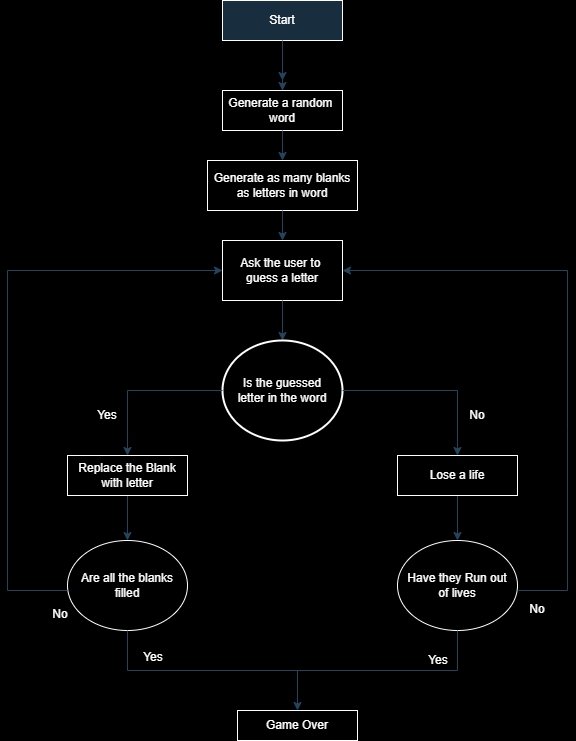
Earlier version of the draw.io export Project 7_Hangman.drawio.png (Leviblackark/Python-Projects). Source tidied: cells renumbered, new cells last; positions are measured from the earlier drawing's top-left corner, leaving out a move shared by most shapes.
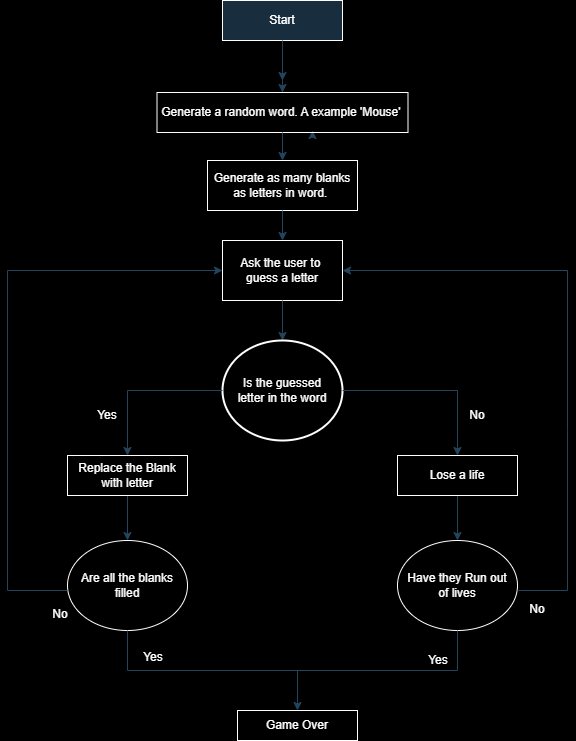
After the change.

The edit, as a diff of the source:
```diff
@@ -15,10 +15,10 @@
         <mxPoint x="275" y="80" as="targetPoint" />
       </mxGeometry>
     </mxCell>
-    <mxCell id="5" value="Generate a random&amp;nbsp;&lt;div&gt;word&lt;/div&gt;" style="rounded=0;whiteSpace=wrap;html=1;labelBackgroundColor=none;fillColor=none;strokeColor=#FFFFFF;fontColor=#FFFFFF;" parent="1" vertex="1">
-      <mxGeometry x="215" y="90" width="120" height="40" as="geometry" />
+    <mxCell id="5" value="Generate a random&amp;nbsp;&lt;span style=&quot;background-color: initial;&quot;&gt;word. A example 'Mouse'&amp;nbsp;&lt;/span&gt;" style="rounded=0;whiteSpace=wrap;html=1;labelBackgroundColor=none;fillColor=none;strokeColor=#FFFFFF;fontColor=#FFFFFF;" parent="1" vertex="1">
+      <mxGeometry x="149.5" y="92" width="251" height="40" as="geometry" />
     </mxCell>
-    <mxCell id="6" value="Generate as many blanks as letters in word" style="rounded=0;whiteSpace=wrap;html=1;labelBackgroundColor=none;fillColor=none;strokeColor=#FFFFFF;fontColor=#FFFFFF;" parent="1" vertex="1">
+    <mxCell id="6" value="Generate as many blanks as letters in word.&amp;nbsp;" style="rounded=0;whiteSpace=wrap;html=1;labelBackgroundColor=none;fillColor=none;strokeColor=#FFFFFF;fontColor=#FFFFFF;" parent="1" vertex="1">
       <mxGeometry x="200" y="160" width="150" height="50" as="geometry" />
     </mxCell>
     <mxCell id="7" style="endArrow=classic;html=1;rounded=0;entryX=0.5;entryY=0;entryDx=0;entryDy=0;exitX=0.5;exitY=1;exitDx=0;exitDy=0;labelBackgroundColor=none;fontColor=default;strokeColor=#23445D;" parent="1" edge="1" source="2" target="5">
```
